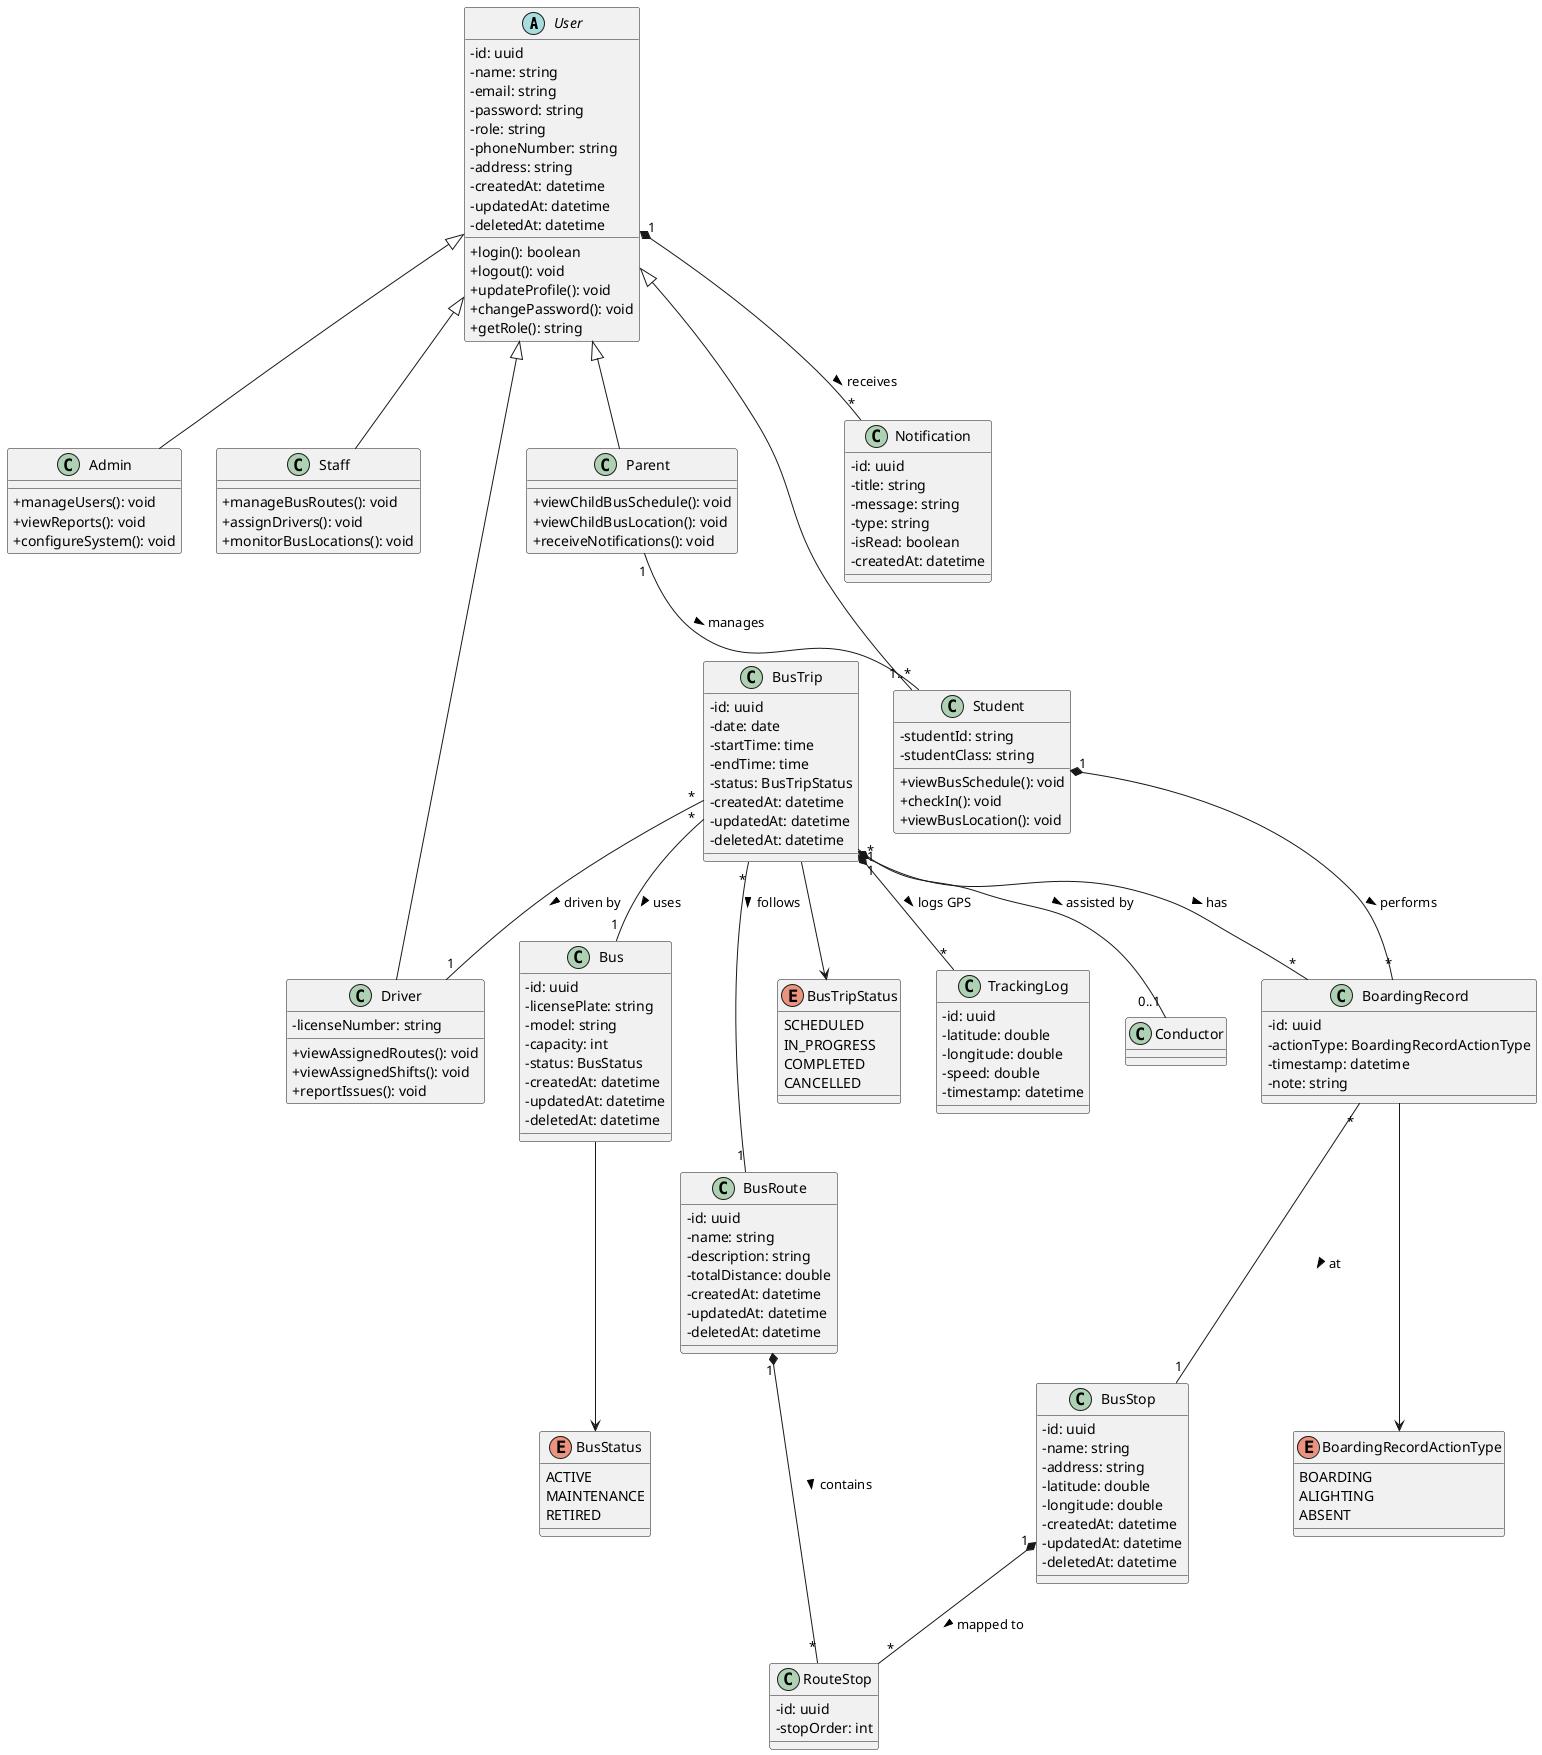
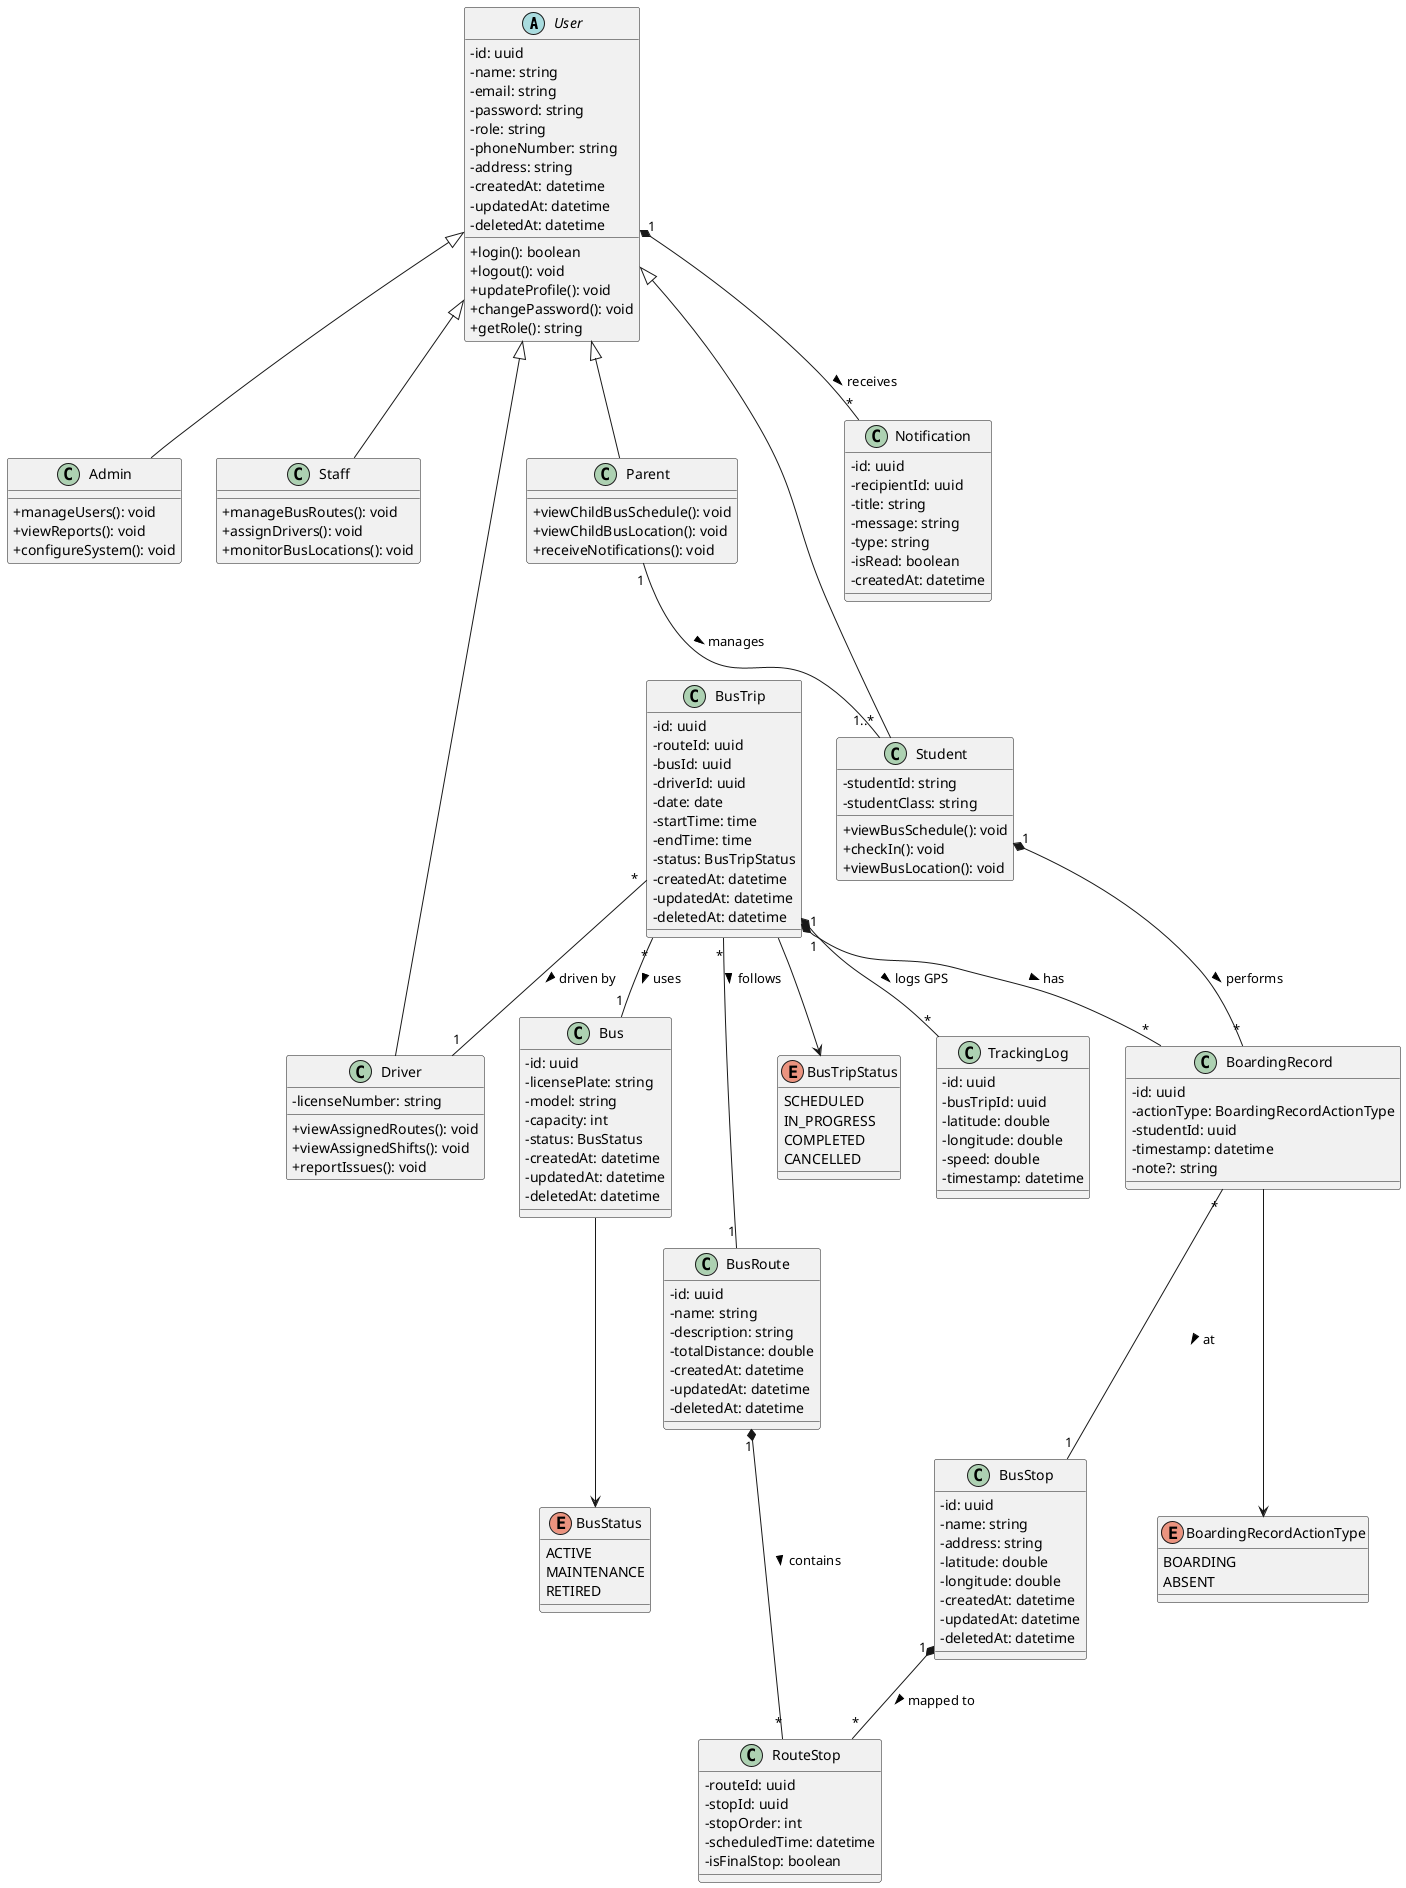
- /* This is a PlantUML class diagram for the Bus Tracking system project.
- Which includes the main actors: Admin, Staff, Driver, Student, Parent. */
@startuml
skinparam classAttributeIconSize 0

abstract class User {
    - id: uuid
    - name: string
    - email: string
    - password: string
    - role: string
    - phoneNumber: string
    - address: string
    - createdAt: datetime
    - updatedAt: datetime
    - deletedAt: datetime

    + login(): boolean
    + logout(): void
    + updateProfile(): void
    + changePassword(): void
    + getRole(): string
}

class Admin extends User {
    + manageUsers(): void
    + viewReports(): void
    + configureSystem(): void
}

class Staff extends User {
    + manageBusRoutes(): void
    + assignDrivers(): void
    + monitorBusLocations(): void
}

class Driver extends User {
    - licenseNumber: string

    + viewAssignedRoutes(): void
    + viewAssignedShifts(): void
    + reportIssues(): void
}

class Student extends User {
    - studentId: string
    - studentClass: string

    + viewBusSchedule(): void
    + checkIn(): void
    + viewBusLocation(): void
}

class Parent extends User {
    + viewChildBusSchedule(): void
    + viewChildBusLocation(): void
    + receiveNotifications(): void
}

class Bus {
    - id: uuid
    - licensePlate: string
    - model: string
    - capacity: int
    - status: BusStatus
    - createdAt: datetime
    - updatedAt: datetime
    - deletedAt: datetime
}

enum BusStatus {
    ACTIVE
    MAINTENANCE
    RETIRED
}

class BusStop {
    - id: uuid
    - name: string
    - address: string
    - latitude: double
    - longitude: double
    - createdAt: datetime
    - updatedAt: datetime
    - deletedAt: datetime
}

class BusRoute {
    - id: uuid
    - name: string
    - description: string
    - totalDistance: double
    - createdAt: datetime
    - updatedAt: datetime
    - deletedAt: datetime
}

class RouteStop {
-     - id: uuid
+     - routeId: uuid
+     - stopId: uuid
    - stopOrder: int
+     - scheduledTime: datetime
+     - isFinalStop: boolean
+ 
}

class BusTrip {
    - id: uuid
+     - routeId: uuid
+     - busId: uuid
+     - driverId: uuid
    - date: date
    - startTime: time
    - endTime: time
    - status: BusTripStatus
    - createdAt: datetime
    - updatedAt: datetime
    - deletedAt: datetime
}

enum BusTripStatus {
    SCHEDULED
    IN_PROGRESS
    COMPLETED
    CANCELLED
}

class BoardingRecord {
    - id: uuid
    - actionType: BoardingRecordActionType
+     - studentId: uuid
    - timestamp: datetime
-     - note: string
+     - note?: string
}

enum BoardingRecordActionType {
    BOARDING
-     ALIGHTING
    ABSENT
}

class TrackingLog {
    - id: uuid
+     - busTripId: uuid
    - latitude: double
    - longitude: double
    - speed: double
    - timestamp: datetime
}

class Notification {
    - id: uuid
+     - recipientId: uuid
    - title: string
    - message: string
    - type: string
    - isRead: boolean
    - createdAt: datetime
}

Parent "1" -- "1..*" Student : manages >
BusTrip "*" -- "1" BusRoute : follows >
BusTrip "*" -- "1" Bus : uses >
BusTrip "*" -- "1" Driver : driven by >
- BusTrip "*" -- "0..1" Conductor : assisted by >

BusRoute "1" *-- "*" RouteStop : contains >
BusStop "1" *-- "*" RouteStop : mapped to >

BusTrip "1" *-- "*" TrackingLog : logs GPS >
BusTrip "1" *-- "*" BoardingRecord : has >
Student "1" *-- "*" BoardingRecord : performs >
BoardingRecord "*" -- "1" BusStop : at >

User "1" *-- "*" Notification : receives >

Bus --> BusStatus
BusTrip --> BusTripStatus
BoardingRecord --> BoardingRecordActionType

@enduml
